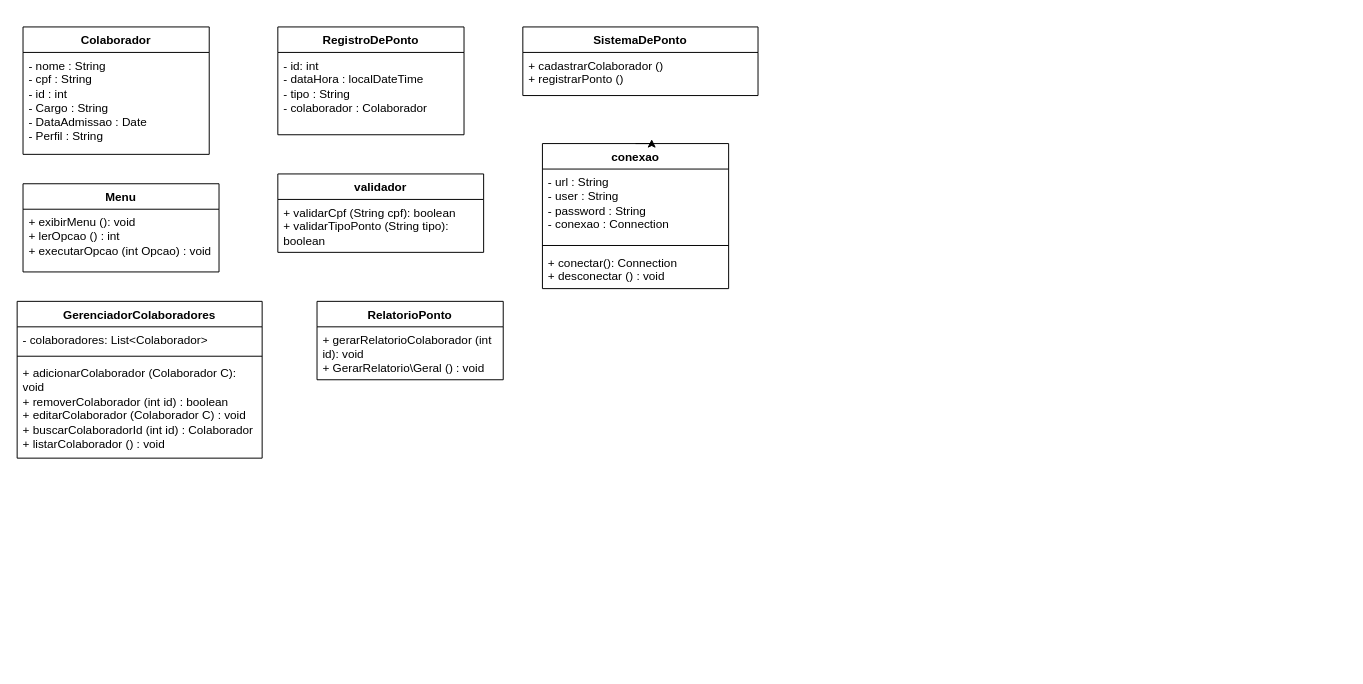
Earlier version of the draw.io diagram Diagrama sem nome.drawio (MariaLuizaNovasky/ControleDePonto). Source tidied: cells renumbered, new cells numbered last; positions are measured from the earlier drawing's top-left corner, leaving out a move shared by most shapes. Both pictures are drawn from the tidied source at 98%, with x=0, y=0 at pixel (17, 26).
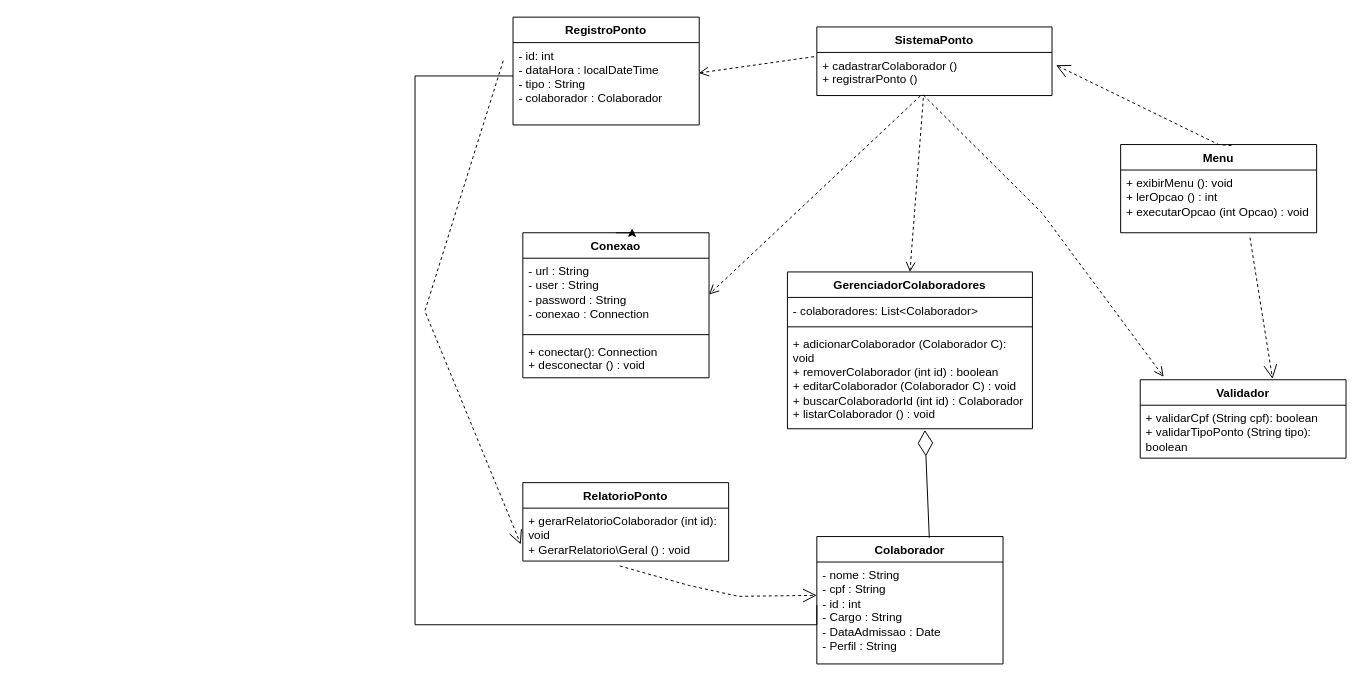
Above is the later version.

Unchanged cells that the change refers to:
```xml
<mxCell id="3" value="- nome : String&lt;div&gt;- cpf : String&lt;/div&gt;&lt;div&gt;- id : int&lt;/div&gt;&lt;div&gt;- Cargo : String&lt;/div&gt;&lt;div&gt;- DataAdmissao : Date&lt;/div&gt;&lt;div&gt;- Perfil : String&lt;/div&gt;" style="text;strokeColor=none;fillColor=none;align=left;verticalAlign=top;spacingLeft=4;spacingRight=4;overflow=hidden;points=[[0,0.5],[1,0.5]];portConstraint=eastwest;whiteSpace=wrap;html=1;" parent="2" vertex="1">
  <mxGeometry y="26" width="190" height="104" as="geometry" />
</mxCell>
<mxCell id="5" value="- id: int&lt;div&gt;- dataHora : localDateTime&lt;/div&gt;&lt;div&gt;- tipo : String&lt;/div&gt;&lt;div&gt;- colaborador : Colaborador&lt;/div&gt;" style="text;strokeColor=none;fillColor=none;align=left;verticalAlign=top;spacingLeft=4;spacingRight=4;overflow=hidden;points=[[0,0.5],[1,0.5]];portConstraint=eastwest;whiteSpace=wrap;html=1;" parent="4" vertex="1">
  <mxGeometry y="26" width="190" height="84" as="geometry" />
</mxCell>
<mxCell id="7" value="+ cadastrarColaborador ()&lt;div&gt;+ registrarPonto ()&lt;/div&gt;&lt;div&gt;&lt;div&gt;&lt;br&gt;&lt;/div&gt;&lt;/div&gt;" style="text;strokeColor=none;fillColor=none;align=left;verticalAlign=top;spacingLeft=4;spacingRight=4;overflow=hidden;points=[[0,0.5],[1,0.5]];portConstraint=eastwest;whiteSpace=wrap;html=1;" parent="6" vertex="1">
  <mxGeometry y="26" width="240" height="44" as="geometry" />
</mxCell>
<mxCell id="9" value="- url : String&amp;nbsp;&lt;div&gt;- user : String&lt;/div&gt;&lt;div&gt;- password : String&lt;/div&gt;&lt;div&gt;- conexao : Connection&lt;/div&gt;" style="text;strokeColor=none;fillColor=none;align=left;verticalAlign=top;spacingLeft=4;spacingRight=4;overflow=hidden;points=[[0,0.5],[1,0.5]];portConstraint=eastwest;whiteSpace=wrap;html=1;" parent="8" vertex="1">
  <mxGeometry y="26" width="190" height="74" as="geometry" />
</mxCell>
<mxCell id="16" value="+ exibirMenu (): void&lt;div&gt;+ lerOpcao () : int&lt;/div&gt;&lt;div&gt;+ executarOpcao (int Opcao) : void&lt;/div&gt;&lt;div&gt;&lt;br&gt;&lt;div&gt;&lt;br&gt;&lt;/div&gt;&lt;/div&gt;" style="text;strokeColor=none;fillColor=none;align=left;verticalAlign=top;spacingLeft=4;spacingRight=4;overflow=hidden;points=[[0,0.5],[1,0.5]];portConstraint=eastwest;whiteSpace=wrap;html=1;" parent="15" vertex="1">
  <mxGeometry y="26" width="200" height="64" as="geometry" />
</mxCell>
<mxCell id="22" value="+ adicionarColaborador (Colaborador C): void&lt;div&gt;+ removerColaborador (int id) : boolean&lt;/div&gt;&lt;div&gt;+ editarColaborador (Colaborador C) : void&lt;/div&gt;&lt;div&gt;+ buscarColaboradorId (int id) : Colaborador&lt;/div&gt;&lt;div&gt;+ listarColaborador () : void&lt;/div&gt;&lt;div&gt;&lt;br&gt;&lt;/div&gt;" style="text;strokeColor=none;fillColor=none;align=left;verticalAlign=top;spacingLeft=4;spacingRight=4;overflow=hidden;points=[[0,0.5],[1,0.5]];portConstraint=eastwest;whiteSpace=wrap;html=1;" parent="19" vertex="1">
  <mxGeometry y="60" width="250" height="100" as="geometry" />
</mxCell>
```

Change to the diagram source:
```diff
@@
     <mxCell id="2" value="Colaborador" style="swimlane;fontStyle=1;align=center;verticalAlign=top;horizontal=1;startSize=26;whiteSpace=wrap;html=1;" parent="1" vertex="1">
-      <mxGeometry x="6" width="190" height="130" as="geometry" />
+      <mxGeometry x="816" y="520" width="190" height="130" as="geometry" />
     </mxCell>
@@
-    <mxCell id="4" value="RegistroDePonto" style="swimlane;fontStyle=1;align=center;verticalAlign=top;horizontal=1;startSize=26;whiteSpace=wrap;html=1;" parent="1" vertex="1">
-      <mxGeometry x="266" width="190" height="110" as="geometry" />
+    <mxCell id="4" value="RegistroPonto" style="swimlane;fontStyle=1;align=center;verticalAlign=top;horizontal=1;startSize=26;whiteSpace=wrap;html=1;" parent="1" vertex="1">
+      <mxGeometry x="506" y="-10" width="190" height="110" as="geometry" />
     </mxCell>
@@
-    <mxCell id="6" value="SistemaDePonto" style="swimlane;fontStyle=1;align=center;verticalAlign=top;horizontal=1;startSize=26;whiteSpace=wrap;html=1;" parent="1" vertex="1">
-      <mxGeometry x="516" width="240" height="70" as="geometry" />
+    <mxCell id="6" value="SistemaPonto" style="swimlane;fontStyle=1;align=center;verticalAlign=top;horizontal=1;startSize=26;whiteSpace=wrap;html=1;" parent="1" vertex="1">
+      <mxGeometry x="816" width="240" height="70" as="geometry" />
     </mxCell>
@@
-    <mxCell id="8" value="conexao" style="swimlane;fontStyle=1;align=center;verticalAlign=top;horizontal=1;startSize=26;whiteSpace=wrap;html=1;" parent="1" vertex="1">
-      <mxGeometry x="536" y="119" width="190" height="148" as="geometry" />
+    <mxCell id="8" value="Conexao" style="swimlane;fontStyle=1;align=center;verticalAlign=top;horizontal=1;startSize=26;whiteSpace=wrap;html=1;" parent="1" vertex="1">
+      <mxGeometry x="516" y="210" width="190" height="148" as="geometry" />
     </mxCell>
@@
     <mxCell id="13" value="RelatorioPonto" style="swimlane;fontStyle=1;align=center;verticalAlign=top;horizontal=1;startSize=26;whiteSpace=wrap;html=1;" parent="1" vertex="1">
-      <mxGeometry x="306" y="280" width="190" height="80" as="geometry" />
+      <mxGeometry x="516" y="465" width="210" height="80" as="geometry" />
     </mxCell>
     <mxCell id="14" value="+ gerarRelatorioColaborador (int id): void&lt;div&gt;+ GerarRelatorio\Geral () : void&lt;/div&gt;" style="text;strokeColor=none;fillColor=none;align=left;verticalAlign=top;spacingLeft=4;spacingRight=4;overflow=hidden;points=[[0,0.5],[1,0.5]];portConstraint=eastwest;whiteSpace=wrap;html=1;" parent="13" vertex="1">
-      <mxGeometry y="26" width="190" height="54" as="geometry" />
+      <mxGeometry y="26" width="210" height="54" as="geometry" />
     </mxCell>
     <mxCell id="15" value="Menu" style="swimlane;fontStyle=1;align=center;verticalAlign=top;horizontal=1;startSize=26;whiteSpace=wrap;html=1;" parent="1" vertex="1">
-      <mxGeometry x="6" y="160" width="200" height="90" as="geometry" />
+      <mxGeometry x="1126" y="120" width="200" height="90" as="geometry" />
     </mxCell>
@@
-    <mxCell id="17" value="validador" style="swimlane;fontStyle=1;align=center;verticalAlign=top;horizontal=1;startSize=26;whiteSpace=wrap;html=1;" parent="1" vertex="1">
-      <mxGeometry x="266" y="150" width="210" height="80" as="geometry" />
+    <mxCell id="17" value="Validador" style="swimlane;fontStyle=1;align=center;verticalAlign=top;horizontal=1;startSize=26;whiteSpace=wrap;html=1;" parent="1" vertex="1">
+      <mxGeometry x="1146" y="360" width="210" height="80" as="geometry" />
     </mxCell>
@@
     <mxCell id="19" value="GerenciadorColaboradores" style="swimlane;fontStyle=1;align=center;verticalAlign=top;horizontal=1;startSize=26;whiteSpace=wrap;html=1;" parent="1" vertex="1">
-      <mxGeometry y="280" width="250" height="160" as="geometry" />
+      <mxGeometry x="786" y="250" width="250" height="160" as="geometry" />
     </mxCell>
@@
+    <mxCell id="24" style="html=1;verticalAlign=bottom;endArrow=open;dashed=1;endSize=8;curved=0;rounded=0;entryX=0.5;entryY=0;entryDx=0;entryDy=0;exitX=0.453;exitY=1.052;exitDx=0;exitDy=0;exitPerimeter=0;" parent="1" edge="1" source="7" target="19">
+      <mxGeometry x="0.3" y="-36" relative="1" as="geometry" />
+    </mxCell>
+    <mxCell id="25" style="html=1;verticalAlign=bottom;endArrow=open;dashed=1;endSize=8;curved=0;rounded=0;entryX=0.998;entryY=0.369;entryDx=0;entryDy=0;entryPerimeter=0;exitX=-0.012;exitY=0.098;exitDx=0;exitDy=0;exitPerimeter=0;" parent="1" edge="1" source="7" target="5">
+      <mxGeometry relative="1" as="geometry" />
+    </mxCell>
+    <mxCell id="26" style="html=1;verticalAlign=bottom;endArrow=open;dashed=1;endSize=8;curved=0;rounded=0;exitX=0.44;exitY=1.008;exitDx=0;exitDy=0;exitPerimeter=0;entryX=1;entryY=0.5;entryDx=0;entryDy=0;" parent="1" edge="1" source="7" target="9">
+      <mxGeometry relative="1" as="geometry" />
+    </mxCell>
+    <mxCell id="27" style="html=1;verticalAlign=bottom;endArrow=open;dashed=1;endSize=8;curved=0;rounded=0;exitX=0.453;exitY=0.989;exitDx=0;exitDy=0;exitPerimeter=0;entryX=0.114;entryY=-0.037;entryDx=0;entryDy=0;entryPerimeter=0;" parent="1" edge="1" source="7" target="17">
+      <mxGeometry relative="1" as="geometry">
+        <Array as="points">
+          <mxPoint x="1046" y="190" />
+        </Array>
+      </mxGeometry>
+    </mxCell>
+    <mxCell id="28" style="endArrow=diamondThin;endFill=0;endSize=24;html=1;rounded=0;exitX=0.604;exitY=0.009;exitDx=0;exitDy=0;exitPerimeter=0;entryX=0.561;entryY=1.012;entryDx=0;entryDy=0;entryPerimeter=0;" parent="1" edge="1" source="2" target="22">
+      <mxGeometry relative="1" as="geometry" />
+    </mxCell>
+    <mxCell id="29" style="endArrow=none;html=1;edgeStyle=orthogonalEdgeStyle;rounded=0;exitX=0;exitY=0.423;exitDx=0;exitDy=0;exitPerimeter=0;" parent="1" edge="1" source="3">
+      <mxGeometry relative="1" as="geometry">
+        <mxPoint x="506" y="50" as="targetPoint" />
+        <Array as="points">
+          <mxPoint x="816" y="610" />
+          <mxPoint x="406" y="610" />
+          <mxPoint x="406" y="50" />
+        </Array>
+      </mxGeometry>
+    </mxCell>
+    <mxCell id="30" style="endArrow=open;endSize=12;dashed=1;html=1;rounded=0;exitX=0.471;exitY=1.093;exitDx=0;exitDy=0;exitPerimeter=0;" parent="1" edge="1" source="14">
+      <mxGeometry x="-0.12" y="-61" relative="1" as="geometry">
+        <mxPoint x="816" y="580" as="targetPoint" />
+        <Array as="points">
+          <mxPoint x="686" y="570" />
+          <mxPoint x="736" y="581" />
+        </Array>
+      </mxGeometry>
+    </mxCell>
+    <mxCell id="31" style="endArrow=open;endSize=12;dashed=1;html=1;rounded=0;entryX=-0.01;entryY=0.685;entryDx=0;entryDy=0;entryPerimeter=0;" parent="1" edge="1" target="14">
+      <mxGeometry x="0.08" y="-119" relative="1" as="geometry">
+        <mxPoint x="496" y="34.5" as="sourcePoint" />
+        <Array as="points">
+          <mxPoint x="416" y="290" />
+        </Array>
+      </mxGeometry>
+    </mxCell>
+    <mxCell id="32" style="endArrow=open;endSize=12;dashed=1;html=1;rounded=0;entryX=1.017;entryY=0.295;entryDx=0;entryDy=0;entryPerimeter=0;exitX=0.565;exitY=0.011;exitDx=0;exitDy=0;exitPerimeter=0;" parent="1" edge="1" source="15" target="7">
+      <mxGeometry relative="1" as="geometry">
+        <Array as="points">
+          <mxPoint x="1226" y="120" />
+        </Array>
+      </mxGeometry>
+    </mxCell>
+    <mxCell id="33" style="endArrow=open;endSize=12;dashed=1;html=1;rounded=0;entryX=0.643;entryY=-0.012;entryDx=0;entryDy=0;entryPerimeter=0;exitX=0.66;exitY=1.078;exitDx=0;exitDy=0;exitPerimeter=0;" parent="1" edge="1" source="16" target="17">
+      <mxGeometry relative="1" as="geometry" />
+    </mxCell>
```
